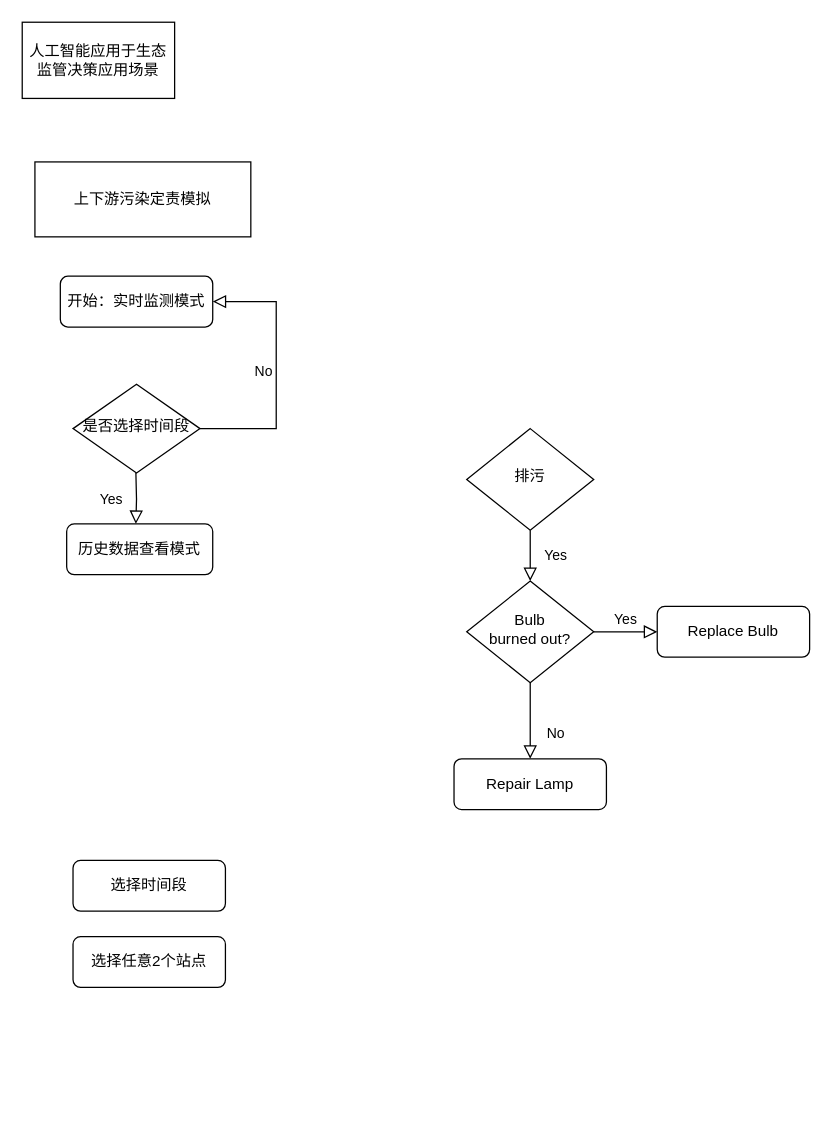
Earlier version of the draw.io diagram ai_compitation.drawio (chbambooshoot/digram). Source tidied: cells renumbered, new cells numbered last; positions are measured from the earlier drawing's top-left corner, leaving out a move shared by most shapes. Both pictures are drawn from the tidied source at 127%, with x=0, y=0 at pixel (22, 22).
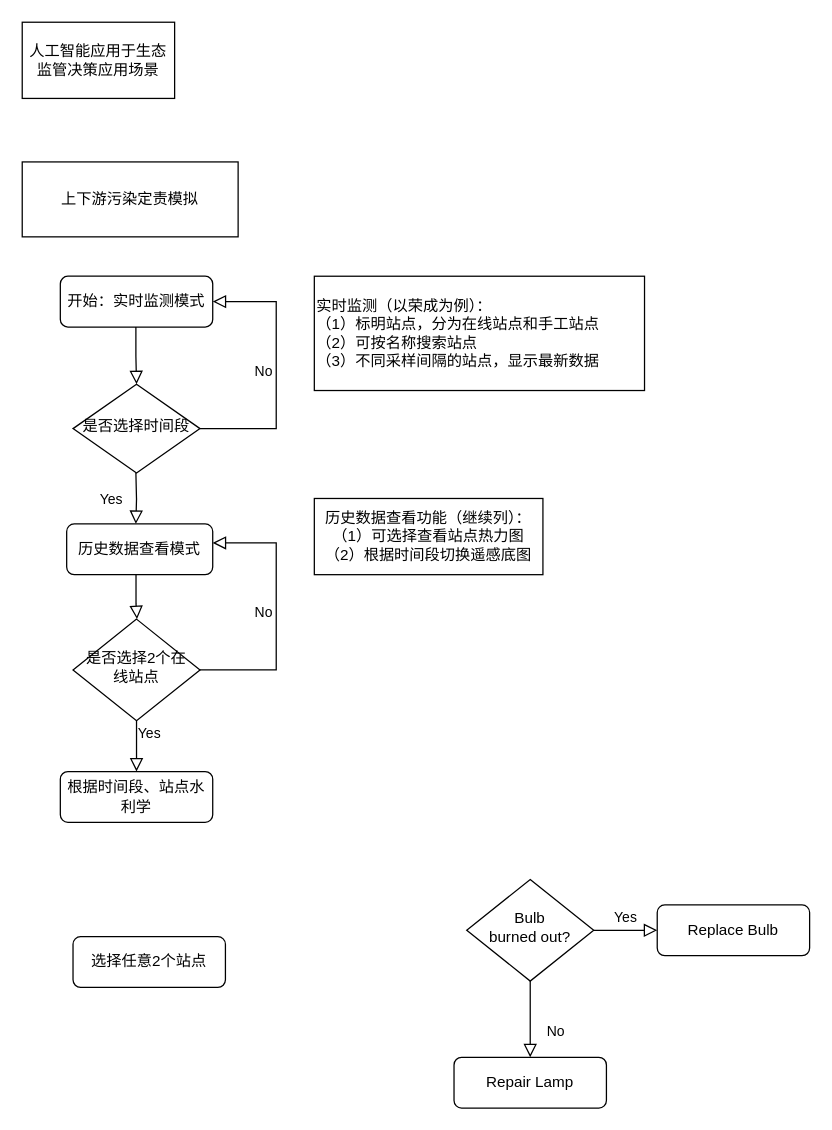
Above is the later version.

The change refers to these unchanged cells:
```xml
<mxCell id="15" value="是否选择时间段" style="rhombus;whiteSpace=wrap;html=1;shadow=0;fontFamily=Helvetica;fontSize=12;align=center;strokeWidth=1;spacing=6;spacingTop=-4;" parent="1" vertex="1">
  <mxGeometry x="40" y="285" width="100" height="70" as="geometry" />
</mxCell>
```

The edit, as a diff of the source:
```diff
@@
-    <mxCell id="3" value="Yes" style="rounded=0;html=1;jettySize=auto;fontSize=11;endArrow=block;endFill=0;endSize=8;strokeWidth=1;shadow=0;labelBackgroundColor=none;edgeStyle=orthogonalEdgeStyle;" parent="1" edge="1" source="5" target="8">
-      <mxGeometry y="20" relative="1" as="geometry" />
+    <mxCell id="3" value="Yes" style="rounded=0;html=1;jettySize=auto;fontSize=11;endArrow=block;endFill=0;endSize=8;strokeWidth=1;shadow=0;labelBackgroundColor=none;edgeStyle=orthogonalEdgeStyle;" parent="1" edge="1" source="5">
+      <mxGeometry x="-0.5" y="10" relative="1" as="geometry">
+        <mxPoint x="90" y="590" as="targetPoint" />
+      </mxGeometry>
     </mxCell>
@@
-    <mxCell id="5" value="排污" style="rhombus;whiteSpace=wrap;html=1;shadow=0;fontFamily=Helvetica;fontSize=12;align=center;strokeWidth=1;spacing=6;spacingTop=-4;" parent="1" vertex="1">
-      <mxGeometry x="350" y="320" width="100" height="80" as="geometry" />
+    <mxCell id="5" value="是否选择2个在线站点" style="rhombus;whiteSpace=wrap;html=1;shadow=0;fontFamily=Helvetica;fontSize=12;align=center;strokeWidth=1;spacing=6;spacingTop=-4;" parent="1" vertex="1">
+      <mxGeometry x="40" y="470" width="100" height="80" as="geometry" />
     </mxCell>
@@
     <mxCell id="8" value="Bulb&lt;br&gt;burned out?" style="rhombus;whiteSpace=wrap;html=1;shadow=0;fontFamily=Helvetica;fontSize=12;align=center;strokeWidth=1;spacing=6;spacingTop=-4;" parent="1" vertex="1">
-      <mxGeometry x="350" y="440" width="100" height="80" as="geometry" />
+      <mxGeometry x="350" y="675" width="100" height="80" as="geometry" />
     </mxCell>
     <mxCell id="9" value="Repair Lamp" style="rounded=1;whiteSpace=wrap;html=1;fontSize=12;glass=0;strokeWidth=1;shadow=0;" parent="1" vertex="1">
-      <mxGeometry x="340" y="580" width="120" height="40" as="geometry" />
+      <mxGeometry x="340" y="815" width="120" height="40" as="geometry" />
     </mxCell>
     <mxCell id="10" value="Replace Bulb" style="rounded=1;whiteSpace=wrap;html=1;fontSize=12;glass=0;strokeWidth=1;shadow=0;" parent="1" vertex="1">
-      <mxGeometry x="500" y="460" width="120" height="40" as="geometry" />
+      <mxGeometry x="500" y="695" width="120" height="40" as="geometry" />
     </mxCell>
     <mxCell id="11" value="上下游污染定责模拟" style="rounded=0;whiteSpace=wrap;html=1;" parent="1" vertex="1">
-      <mxGeometry x="10" y="110" width="170" height="59" as="geometry" />
+      <mxGeometry y="110" width="170" height="59" as="geometry" />
     </mxCell>
@@
-    <mxCell id="14" value="选择时间段" style="rounded=1;whiteSpace=wrap;html=1;" parent="1" vertex="1">
-      <mxGeometry x="40" y="660" width="120" height="40" as="geometry" />
+    <mxCell id="14" value="根据时间段、站点水利学" style="rounded=1;whiteSpace=wrap;html=1;" parent="1" vertex="1">
+      <mxGeometry x="30" y="590" width="120" height="40" as="geometry" />
     </mxCell>
@@
+    <mxCell id="18" value="&lt;div&gt;&lt;span&gt;实时监测（以荣成为例）：&lt;/span&gt;&lt;/div&gt;&lt;div&gt;&lt;span&gt;（1）标明站点，分为在线站点和手工站点&lt;/span&gt;&lt;/div&gt;&lt;div&gt;&lt;span&gt;（2）可按名称搜索站点&lt;/span&gt;&lt;/div&gt;（3）不同采样间隔的站点，显示最新数据" style="rounded=0;whiteSpace=wrap;html=1;align=left;" parent="1" vertex="1">
+      <mxGeometry x="230" y="200" width="260" height="90" as="geometry" />
+    </mxCell>
+    <mxCell id="19" value="历史数据查看功能（继续列）：&lt;br&gt;（1）可选择查看站点热力图&lt;br&gt;（2）根据时间段切换遥感底图" style="rounded=0;whiteSpace=wrap;html=1;" parent="1" vertex="1">
+      <mxGeometry x="230" y="375" width="180" height="60" as="geometry" />
+    </mxCell>
+    <mxCell id="20" value="No" style="edgeStyle=orthogonalEdgeStyle;rounded=0;html=1;jettySize=auto;orthogonalLoop=1;fontSize=11;endArrow=block;endFill=0;endSize=8;strokeWidth=1;shadow=0;labelBackgroundColor=none;entryX=1;entryY=0.5;entryDx=0;entryDy=0;exitX=1;exitY=0.5;exitDx=0;exitDy=0;" parent="1" edge="1">
+      <mxGeometry y="10" relative="1" as="geometry">
+        <mxPoint x="140" y="510" as="sourcePoint" />
+        <mxPoint x="150" y="410" as="targetPoint" />
+        <Array as="points">
+          <mxPoint x="200" y="510" />
+          <mxPoint x="200" y="410" />
+        </Array>
+      </mxGeometry>
+    </mxCell>
+    <mxCell id="21" style="rounded=0;html=1;jettySize=auto;fontSize=11;endArrow=block;endFill=0;endSize=8;strokeWidth=1;shadow=0;labelBackgroundColor=none;edgeStyle=orthogonalEdgeStyle;entryX=0.5;entryY=0;entryDx=0;entryDy=0;" parent="1" edge="1" target="15">
+      <mxGeometry x="0.01" y="16" relative="1" as="geometry">
+        <mxPoint x="89.5" y="240" as="sourcePoint" />
+        <Array as="points">
+          <mxPoint x="90" y="263" />
+          <mxPoint x="90" y="263" />
+        </Array>
+        <mxPoint x="-6" y="-13" as="offset" />
+      </mxGeometry>
+    </mxCell>
+    <mxCell id="22" style="rounded=0;html=1;jettySize=auto;orthogonalLoop=1;fontSize=11;endArrow=block;endFill=0;endSize=8;strokeWidth=1;shadow=0;labelBackgroundColor=none;edgeStyle=orthogonalEdgeStyle;" parent="1" edge="1">
+      <mxGeometry x="0.01" y="16" relative="1" as="geometry">
+        <mxPoint x="89.6" y="435" as="sourcePoint" />
+        <mxPoint x="90.4" y="470" as="targetPoint" />
+        <Array as="points">
+          <mxPoint x="90.1" y="458" />
+          <mxPoint x="90.1" y="458" />
+        </Array>
+        <mxPoint x="-6" y="-13" as="offset" />
+      </mxGeometry>
+    </mxCell>
```
